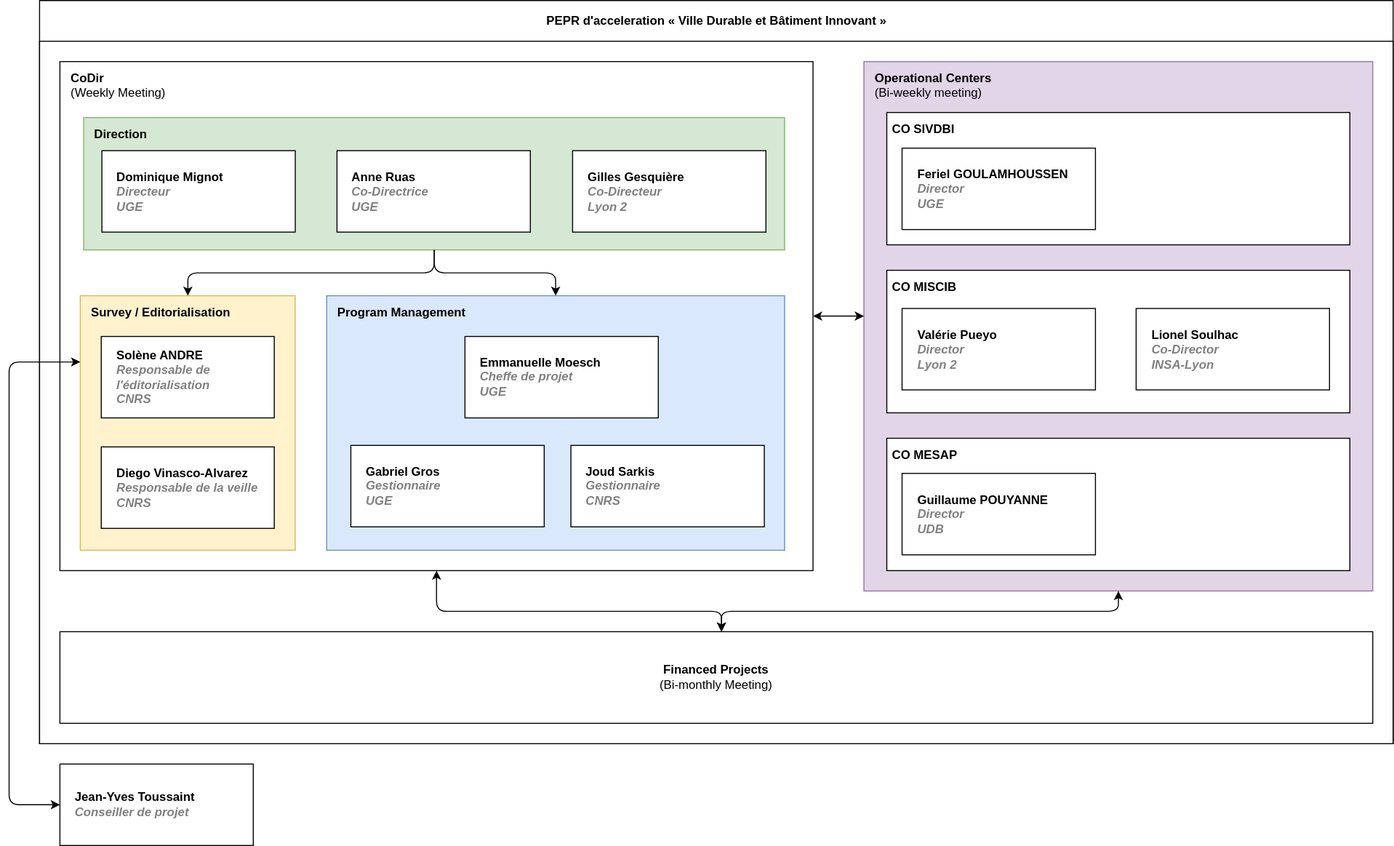
VCityTeam/PEPR-VDBI keeps this draw.io diagram as docs/organigramme.drawio.svg. Above is the earlier version. Source tidied: cells renumbered, new cells last; positions are measured from the earlier drawing's top-left corner, leaving out a move shared by most shapes.
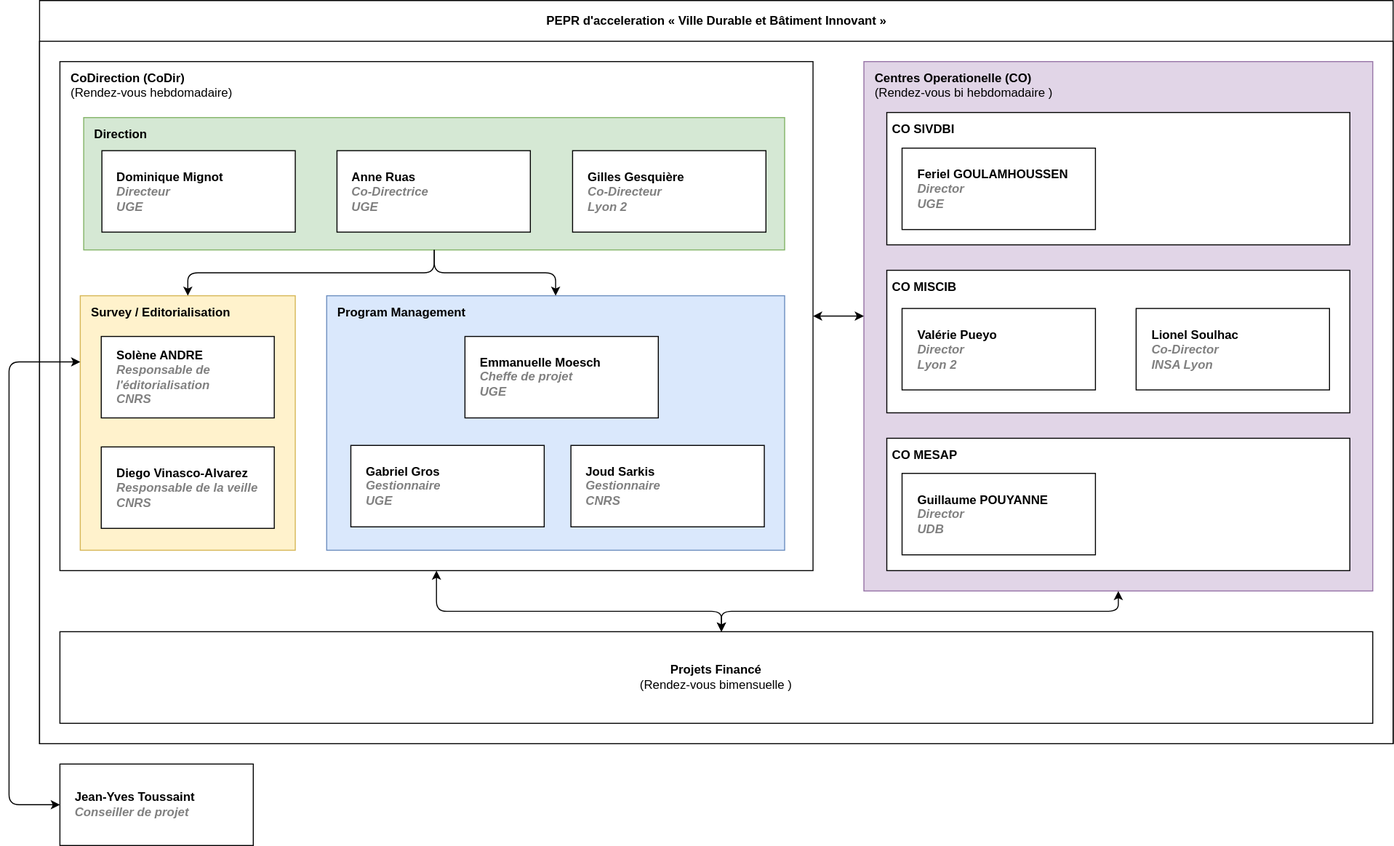
The same diagram one commit later.

Commit message:
update org chart

The edit, as a diff of the source:
```diff
@@ -8,13 +8,13 @@
     <mxCell id="3" style="whiteSpace=wrap;html=1;" parent="2" vertex="1">
       <mxGeometry y="40" width="1330" height="690" as="geometry" />
     </mxCell>
-    <mxCell id="4" value="CoDir&lt;br&gt;&lt;span style=&quot;font-weight: normal;&quot;&gt;(Weekly Meeting)&lt;/span&gt;" style="whiteSpace=wrap;html=1;verticalAlign=top;align=left;spacing=5;fontStyle=1;spacingLeft=6;" parent="2" vertex="1">
+    <mxCell id="4" value="CoDirection (CoDir)&lt;br&gt;&lt;span style=&quot;font-weight: normal;&quot;&gt;(Rendez-vous hebdomadaire)&lt;/span&gt;" style="whiteSpace=wrap;html=1;verticalAlign=top;align=left;spacing=5;fontStyle=1;spacingLeft=6;" parent="2" vertex="1">
       <mxGeometry x="20" y="60" width="740" height="500" as="geometry" />
     </mxCell>
     <mxCell id="5" value="&lt;b&gt;Direction&lt;/b&gt;" style="whiteSpace=wrap;html=1;spacing=5;spacingLeft=6;align=left;verticalAlign=top;fillColor=#d5e8d4;strokeColor=#82b366;" parent="2" vertex="1">
       <mxGeometry x="43.4" y="115" width="688.8" height="130" as="geometry" />
     </mxCell>
-    <mxCell id="6" value="Operational Centers&lt;br&gt;&lt;span style=&quot;font-weight: normal;&quot;&gt;(Bi-weekly meeting)&lt;/span&gt;" style="whiteSpace=wrap;html=1;fontStyle=1;align=left;verticalAlign=top;spacing=5;spacingLeft=6;fillColor=#e1d5e7;strokeColor=#9673a6;" parent="2" vertex="1">
+    <mxCell id="6" value="Centres Operationelle (CO)&lt;br&gt;&lt;span style=&quot;font-weight: normal;&quot;&gt;(Rendez-vous&amp;nbsp;&lt;/span&gt;&lt;span style=&quot;font-weight: 400;&quot;&gt;bi&lt;/span&gt;&lt;span style=&quot;font-weight: 400;&quot;&gt;hebdomadaire&lt;/span&gt;&lt;span style=&quot;font-weight: normal;&quot;&gt;)&lt;/span&gt;" style="whiteSpace=wrap;html=1;fontStyle=1;align=left;verticalAlign=top;spacing=5;spacingLeft=6;fillColor=#e1d5e7;strokeColor=#9673a6;" parent="2" vertex="1">
       <mxGeometry x="810" y="60" width="500" height="520" as="geometry" />
     </mxCell>
     <mxCell id="7" style="edgeStyle=orthogonalEdgeStyle;rounded=1;html=1;startArrow=classic;startFill=1;" parent="2" edge="1" source="4" target="6">
@@ -96,7 +96,7 @@
         <mxGeometry x="847.5" y="302.5" width="190" height="80" as="geometry" />
       </mxCell>
     </object>
-    <object id="25" label="%name%&lt;br style=&quot;border-color: var(--border-color);&quot;&gt;&lt;i style=&quot;border-color: var(--border-color); color: gray;&quot;&gt;&lt;i style=&quot;border-color: var(--border-color);&quot;&gt;%position%&lt;/i&gt;&lt;br style=&quot;border-color: var(--border-color);&quot;&gt;%employer%&lt;/i&gt;" employer="INSA-Lyon" location="Villeurbanne" name="Lionel Soulhac" placeholders="1" position="Co-Director">
+    <object id="25" label="%name%&lt;br style=&quot;border-color: var(--border-color);&quot;&gt;&lt;i style=&quot;border-color: var(--border-color); color: gray;&quot;&gt;&lt;i style=&quot;border-color: var(--border-color);&quot;&gt;%position%&lt;/i&gt;&lt;br style=&quot;border-color: var(--border-color);&quot;&gt;%employer%&lt;/i&gt;" employer="INSA Lyon" location="Villeurbanne" name="Lionel Soulhac" placeholders="1" position="Co-Director">
       <mxCell style="label;whiteSpace=wrap;html=1;rounded=0;glass=0;spacingLeft=0;spacing=15;" parent="2" vertex="1">
         <mxGeometry x="1077.5" y="302.5" width="190" height="80" as="geometry" />
       </mxCell>
@@ -106,7 +106,7 @@
         <mxGeometry x="847.5" y="464.5" width="190" height="80" as="geometry" />
       </mxCell>
     </object>
-    <mxCell id="27" value="&lt;b&gt;Financed Projects&lt;/b&gt;&lt;br&gt;&lt;div style=&quot;text-align: left;&quot;&gt;&lt;span style=&quot;background-color: initial;&quot;&gt;(Bi-monthly Meeting)&lt;/span&gt;&lt;/div&gt;" style="whiteSpace=wrap;html=1;" parent="2" vertex="1">
+    <mxCell id="27" value="&lt;b&gt;Projets&amp;nbsp;&lt;/b&gt;&lt;b style=&quot;border-color: var(--border-color);&quot;&gt;Financé&lt;/b&gt;&lt;br&gt;&lt;div style=&quot;text-align: left;&quot;&gt;&lt;span style=&quot;border-color: var(--border-color);&quot;&gt;(Rendez-vous&amp;nbsp;&lt;/span&gt;&lt;span style=&quot;border-color: var(--border-color);&quot;&gt;bimensuelle&lt;/span&gt;&lt;span style=&quot;border-color: var(--border-color);&quot;&gt;)&lt;/span&gt;&lt;br&gt;&lt;/div&gt;" style="whiteSpace=wrap;html=1;" parent="2" vertex="1">
       <mxGeometry x="20" y="620" width="1290" height="90" as="geometry" />
     </mxCell>
     <mxCell id="28" style="edgeStyle=orthogonalEdgeStyle;rounded=1;html=1;startArrow=classic;startFill=1;" parent="2" edge="1" source="4" target="27">
```
